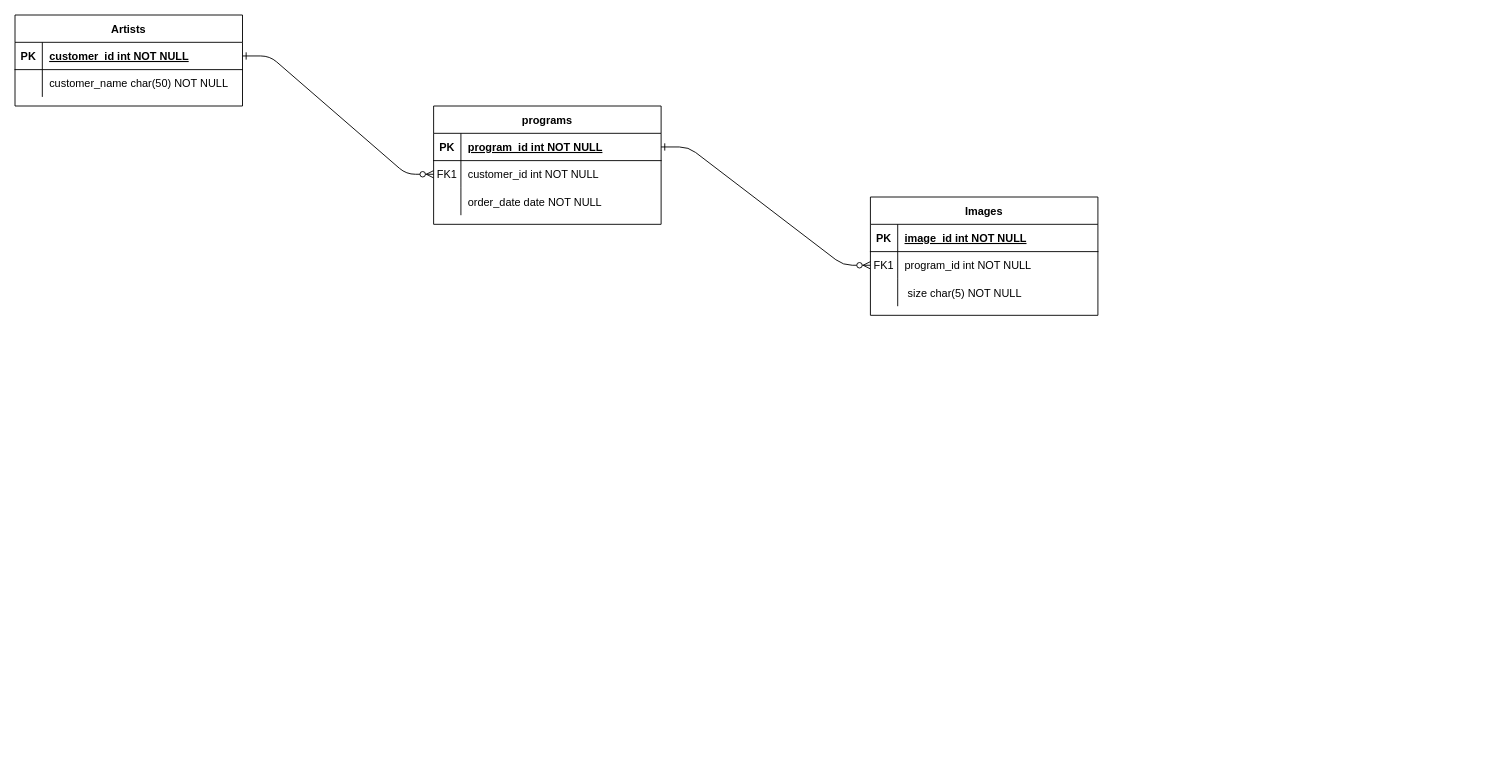
Above: Untitled Diagram.drawio in sebatease/sebatease (draw.io), before the change. Source tidied: cells renumbered, new cells numbered last; positions are measured from the earlier drawing's top-left corner, leaving out a move shared by most shapes. Both pictures are drawn from the tidied source at 91%, with x=0, y=0 at pixel (15, 15).
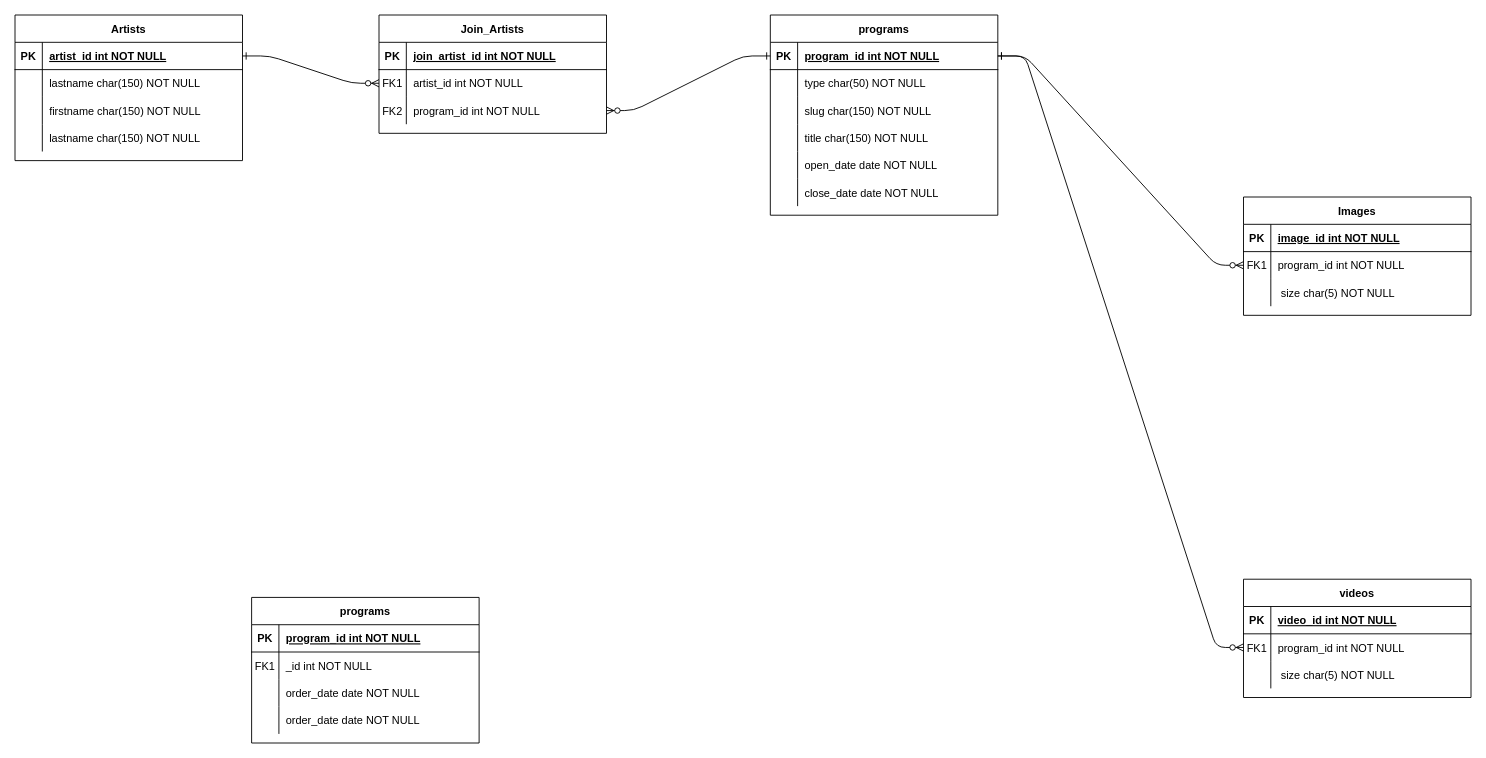
Above is the later version.

Commit message:
fecit_BDD

Unchanged cells that the change refers to:
```xml
<mxCell id="5" style="shape=partialRectangle;fillColor=none;points=[[0,0.5],[1,0.5]];portConstraint=eastwest;top=0;left=0;right=0;bottom=1;" parent="4" vertex="1">
  <mxGeometry y="30" width="250" height="30" as="geometry" />
</mxCell>
<mxCell id="8" style="shape=partialRectangle;fillColor=none;points=[[0,0.5],[1,0.5]];portConstraint=eastwest;top=0;left=0;right=0;bottom=0;" parent="4" vertex="1">
  <mxGeometry y="60" width="250" height="30" as="geometry" />
</mxCell>
<mxCell id="18" style="shape=partialRectangle;fillColor=none;points=[[0,0.5],[1,0.5]];portConstraint=eastwest;top=0;left=0;right=0;bottom=0;" parent="14" vertex="1">
  <mxGeometry y="60" width="250" height="30" as="geometry" />
</mxCell>
<mxCell id="25" style="shape=partialRectangle;fillColor=none;points=[[0,0.5],[1,0.5]];portConstraint=eastwest;top=0;left=0;right=0;bottom=1;" parent="24" vertex="1">
  <mxGeometry y="30" width="250" height="30" as="geometry" />
</mxCell>
<mxCell id="28" style="shape=partialRectangle;fillColor=none;top=0;left=0;right=0;bottom=0;" parent="24" vertex="1">
  <mxGeometry y="60" width="250" height="30" as="geometry" />
</mxCell>
```

What changed in the source:
```diff
@@
-    <mxCell id="2" style="edgeStyle=entityRelationEdgeStyle;endArrow=ERzeroToMany;startArrow=ERone;endFill=1;startFill=0;" parent="1" edge="1" source="25" target="8">
+    <mxCell id="2" style="edgeStyle=entityRelationEdgeStyle;endArrow=ERzeroToMany;startArrow=ERone;endFill=1;startFill=0;entryX=0;entryY=0.5;entryDx=0;entryDy=0;" parent="1" edge="1" source="25" target="45">
       <mxGeometry relative="1" as="geometry" />
     </mxCell>
-    <mxCell id="3" style="edgeStyle=entityRelationEdgeStyle;endArrow=ERzeroToMany;startArrow=ERone;endFill=1;startFill=0;" parent="1" edge="1" source="5" target="18">
+    <mxCell id="3" style="edgeStyle=entityRelationEdgeStyle;endArrow=ERzeroToMany;startArrow=ERone;endFill=1;startFill=0;entryX=1;entryY=0.5;entryDx=0;entryDy=0;exitX=0;exitY=0.5;exitDx=0;exitDy=0;" parent="1" edge="1" source="52" target="48">
       <mxGeometry relative="1" as="geometry" />
     </mxCell>
     <mxCell id="4" value="programs" style="shape=table;startSize=30;childLayout=tableLayout;rowLines=0;fontStyle=1;align=center;" parent="1" vertex="1">
-      <mxGeometry x="460" y="100" width="250" height="130" as="geometry" />
+      <mxGeometry x="260" y="640" width="250" height="160" as="geometry" />
     </mxCell>
@@
-    <mxCell id="10" value="customer_id int NOT NULL" style="shape=partialRectangle;overflow=hidden;fillColor=none;top=0;left=0;bottom=0;right=0;align=left;spacingLeft=6;" parent="8" vertex="1">
+    <mxCell id="10" value="_id int NOT NULL" style="shape=partialRectangle;overflow=hidden;fillColor=none;top=0;left=0;bottom=0;right=0;align=left;spacingLeft=6;" parent="8" vertex="1">
       <mxGeometry x="30" width="220" height="30" as="geometry" />
     </mxCell>
@@
+    <mxCell id="31" style="shape=partialRectangle;fillColor=none;top=0;left=0;right=0;bottom=0;" parent="4" vertex="1">
+      <mxGeometry y="120" width="250" height="30" as="geometry" />
+    </mxCell>
+    <mxCell id="32" style="shape=partialRectangle;overflow=hidden;fillColor=none;top=0;left=0;bottom=0;right=0;" parent="31" vertex="1">
+      <mxGeometry width="30" height="30" as="geometry" />
+    </mxCell>
+    <mxCell id="33" value="order_date date NOT NULL" style="shape=partialRectangle;overflow=hidden;fillColor=none;top=0;left=0;bottom=0;right=0;align=left;spacingLeft=6;" parent="31" vertex="1">
+      <mxGeometry x="30" width="220" height="30" as="geometry" />
+    </mxCell>
     <mxCell id="14" value="Images" style="shape=table;startSize=30;childLayout=tableLayout;rowLines=0;fontStyle=1;align=center;" parent="1" vertex="1">
-      <mxGeometry x="940" y="200" width="250" height="130" as="geometry" />
+      <mxGeometry x="1350" y="200" width="250" height="130" as="geometry" />
     </mxCell>
@@
     <mxCell id="24" value="Artists" style="shape=table;startSize=30;childLayout=tableLayout;rowLines=0;fontStyle=1;align=center;" parent="1" vertex="1">
-      <mxGeometry width="250" height="100" as="geometry" />
+      <mxGeometry width="250" height="160" as="geometry" />
     </mxCell>
@@
-    <mxCell id="27" value="customer_id int NOT NULL " style="shape=partialRectangle;overflow=hidden;fillColor=none;top=0;left=0;bottom=0;right=0;align=left;spacingLeft=6;fontStyle=5;" parent="25" vertex="1">
+    <mxCell id="27" value="artist_id int NOT NULL " style="shape=partialRectangle;overflow=hidden;fillColor=none;top=0;left=0;bottom=0;right=0;align=left;spacingLeft=6;fontStyle=5;" parent="25" vertex="1">
       <mxGeometry x="30" width="220" height="30" as="geometry" />
     </mxCell>
@@
-    <mxCell id="30" value="customer_name char(50) NOT NULL" style="shape=partialRectangle;overflow=hidden;fillColor=none;top=0;left=0;bottom=0;right=0;align=left;spacingLeft=6;" parent="28" vertex="1">
+    <mxCell id="30" value="lastname char(150) NOT NULL" style="shape=partialRectangle;overflow=hidden;fillColor=none;top=0;left=0;bottom=0;right=0;align=left;spacingLeft=6;" parent="28" vertex="1">
       <mxGeometry x="30" width="220" height="30" as="geometry" />
     </mxCell>
+    <mxCell id="34" style="shape=partialRectangle;fillColor=none;top=0;left=0;right=0;bottom=0;" parent="24" vertex="1">
+      <mxGeometry y="90" width="250" height="30" as="geometry" />
+    </mxCell>
+    <mxCell id="35" style="shape=partialRectangle;overflow=hidden;fillColor=none;top=0;left=0;bottom=0;right=0;" parent="34" vertex="1">
+      <mxGeometry width="30" height="30" as="geometry" />
+    </mxCell>
+    <mxCell id="36" value="firstname char(150) NOT NULL" style="shape=partialRectangle;overflow=hidden;fillColor=none;top=0;left=0;bottom=0;right=0;align=left;spacingLeft=6;" parent="34" vertex="1">
+      <mxGeometry x="30" width="220" height="30" as="geometry" />
+    </mxCell>
+    <mxCell id="37" style="shape=partialRectangle;fillColor=none;top=0;left=0;right=0;bottom=0;" parent="24" vertex="1">
+      <mxGeometry y="120" width="250" height="30" as="geometry" />
+    </mxCell>
+    <mxCell id="38" style="shape=partialRectangle;overflow=hidden;fillColor=none;top=0;left=0;bottom=0;right=0;" parent="37" vertex="1">
+      <mxGeometry width="30" height="30" as="geometry" />
+    </mxCell>
+    <mxCell id="39" value="lastname char(150) NOT NULL" style="shape=partialRectangle;overflow=hidden;fillColor=none;top=0;left=0;bottom=0;right=0;align=left;spacingLeft=6;" parent="37" vertex="1">
+      <mxGeometry x="30" width="220" height="30" as="geometry" />
+    </mxCell>
+    <mxCell id="40" style="shape=partialRectangle;overflow=hidden;fillColor=none;top=0;left=0;bottom=0;right=0;" parent="1" vertex="1">
+      <mxGeometry y="90" width="30" height="30" as="geometry" />
+    </mxCell>
+    <mxCell id="41" value="Join_Artists" style="shape=table;startSize=30;childLayout=tableLayout;rowLines=0;fontStyle=1;align=center;" parent="1" vertex="1">
+      <mxGeometry x="400" width="250" height="130" as="geometry" />
+    </mxCell>
+    <mxCell id="42" style="shape=partialRectangle;fillColor=none;top=0;left=0;right=0;bottom=1;" parent="41" vertex="1">
+      <mxGeometry y="30" width="250" height="30" as="geometry" />
+    </mxCell>
+    <mxCell id="43" value="PK" style="shape=partialRectangle;overflow=hidden;fillColor=none;top=0;left=0;bottom=0;right=0;fontStyle=1;" parent="42" vertex="1">
+      <mxGeometry width="30" height="30" as="geometry" />
+    </mxCell>
+    <mxCell id="44" value="join_artist_id int NOT NULL " style="shape=partialRectangle;overflow=hidden;fillColor=none;top=0;left=0;bottom=0;right=0;align=left;spacingLeft=6;fontStyle=5;" parent="42" vertex="1">
+      <mxGeometry x="30" width="220" height="30" as="geometry" />
+    </mxCell>
+    <mxCell id="45" style="shape=partialRectangle;fillColor=none;points=[[0,0.5],[1,0.5]];portConstraint=eastwest;top=0;left=0;right=0;bottom=0;" parent="41" vertex="1">
+      <mxGeometry y="60" width="250" height="30" as="geometry" />
+    </mxCell>
+    <mxCell id="46" value="FK1" style="shape=partialRectangle;overflow=hidden;fillColor=none;top=0;left=0;bottom=0;right=0;" parent="45" vertex="1">
+      <mxGeometry width="30" height="30" as="geometry" />
+    </mxCell>
+    <mxCell id="47" value="artist_id int NOT NULL" style="shape=partialRectangle;overflow=hidden;fillColor=none;top=0;left=0;bottom=0;right=0;align=left;spacingLeft=6;" parent="45" vertex="1">
+      <mxGeometry x="30" width="220" height="30" as="geometry" />
+    </mxCell>
+    <mxCell id="48" style="shape=partialRectangle;fillColor=none;points=[[0,0.5],[1,0.5]];portConstraint=eastwest;top=0;left=0;right=0;bottom=0;" parent="41" vertex="1">
+      <mxGeometry y="90" width="250" height="30" as="geometry" />
+    </mxCell>
+    <mxCell id="49" value="FK2" style="shape=partialRectangle;overflow=hidden;fillColor=none;top=0;left=0;bottom=0;right=0;" parent="48" vertex="1">
+      <mxGeometry width="30" height="30" as="geometry" />
+    </mxCell>
+    <mxCell id="50" value="program_id int NOT NULL" style="shape=partialRectangle;overflow=hidden;fillColor=none;top=0;left=0;bottom=0;right=0;align=left;spacingLeft=6;" parent="48" vertex="1">
+      <mxGeometry x="30" width="220" height="30" as="geometry" />
+    </mxCell>
+    <mxCell id="51" value="programs" style="shape=table;startSize=30;childLayout=tableLayout;rowLines=0;fontStyle=1;align=center;" parent="1" vertex="1">
+      <mxGeometry x="830" width="250" height="220" as="geometry" />
+    </mxCell>
+    <mxCell id="52" style="shape=partialRectangle;fillColor=none;points=[[0,0.5],[1,0.5]];portConstraint=eastwest;top=0;left=0;right=0;bottom=1;" parent="51" vertex="1">
+      <mxGeometry y="30" width="250" height="30" as="geometry" />
+    </mxCell>
+    <mxCell id="53" value="PK" style="shape=partialRectangle;overflow=hidden;fillColor=none;top=0;left=0;bottom=0;right=0;fontStyle=1;" parent="52" vertex="1">
+      <mxGeometry width="30" height="30" as="geometry" />
+    </mxCell>
+    <mxCell id="54" value="program_id int NOT NULL" style="shape=partialRectangle;overflow=hidden;fillColor=none;top=0;left=0;bottom=0;right=0;align=left;spacingLeft=6;fontStyle=5;" parent="52" vertex="1">
+      <mxGeometry x="30" width="220" height="30" as="geometry" />
+    </mxCell>
+    <mxCell id="55" style="shape=partialRectangle;fillColor=none;top=0;left=0;right=0;bottom=0;" parent="51" vertex="1">
+      <mxGeometry y="60" width="250" height="30" as="geometry" />
+    </mxCell>
+    <mxCell id="56" style="shape=partialRectangle;overflow=hidden;fillColor=none;top=0;left=0;bottom=0;right=0;" parent="55" vertex="1">
+      <mxGeometry width="30" height="30" as="geometry" />
+    </mxCell>
+    <mxCell id="57" value="type char(50) NOT NULL" style="shape=partialRectangle;overflow=hidden;fillColor=none;top=0;left=0;bottom=0;right=0;align=left;spacingLeft=6;" parent="55" vertex="1">
+      <mxGeometry x="30" width="220" height="30" as="geometry" />
+    </mxCell>
+    <mxCell id="58" style="shape=partialRectangle;fillColor=none;top=0;left=0;right=0;bottom=0;" parent="51" vertex="1">
+      <mxGeometry y="90" width="250" height="30" as="geometry" />
+    </mxCell>
+    <mxCell id="59" style="shape=partialRectangle;overflow=hidden;fillColor=none;top=0;left=0;bottom=0;right=0;" parent="58" vertex="1">
+      <mxGeometry width="30" height="30" as="geometry" />
+    </mxCell>
+    <mxCell id="60" value="slug char(150) NOT NULL" style="shape=partialRectangle;overflow=hidden;fillColor=none;top=0;left=0;bottom=0;right=0;align=left;spacingLeft=6;" parent="58" vertex="1">
+      <mxGeometry x="30" width="220" height="30" as="geometry" />
+    </mxCell>
+    <mxCell id="61" style="shape=partialRectangle;fillColor=none;top=0;left=0;right=0;bottom=0;" parent="51" vertex="1">
+      <mxGeometry y="120" width="250" height="30" as="geometry" />
+    </mxCell>
+    <mxCell id="62" style="shape=partialRectangle;overflow=hidden;fillColor=none;top=0;left=0;bottom=0;right=0;" parent="61" vertex="1">
+      <mxGeometry width="30" height="30" as="geometry" />
+    </mxCell>
+    <mxCell id="63" value="title char(150) NOT NULL" style="shape=partialRectangle;overflow=hidden;fillColor=none;top=0;left=0;bottom=0;right=0;align=left;spacingLeft=6;" parent="61" vertex="1">
+      <mxGeometry x="30" width="220" height="30" as="geometry" />
+    </mxCell>
+    <mxCell id="64" style="shape=partialRectangle;fillColor=none;top=0;left=0;right=0;bottom=0;" parent="51" vertex="1">
+      <mxGeometry y="150" width="250" height="30" as="geometry" />
+    </mxCell>
+    <mxCell id="65" style="shape=partialRectangle;overflow=hidden;fillColor=none;top=0;left=0;bottom=0;right=0;" parent="64" vertex="1">
+      <mxGeometry width="30" height="30" as="geometry" />
+    </mxCell>
+    <mxCell id="66" value="open_date date NOT NULL" style="shape=partialRectangle;overflow=hidden;fillColor=none;top=0;left=0;bottom=0;right=0;align=left;spacingLeft=6;" parent="64" vertex="1">
+      <mxGeometry x="30" width="220" height="30" as="geometry" />
+    </mxCell>
+    <mxCell id="67" style="shape=partialRectangle;fillColor=none;top=0;left=0;right=0;bottom=0;" parent="51" vertex="1">
+      <mxGeometry y="180" width="250" height="30" as="geometry" />
+    </mxCell>
+    <mxCell id="68" style="shape=partialRectangle;overflow=hidden;fillColor=none;top=0;left=0;bottom=0;right=0;" parent="67" vertex="1">
+      <mxGeometry width="30" height="30" as="geometry" />
+    </mxCell>
+    <mxCell id="69" value="close_date date NOT NULL" style="shape=partialRectangle;overflow=hidden;fillColor=none;top=0;left=0;bottom=0;right=0;align=left;spacingLeft=6;" parent="67" vertex="1">
+      <mxGeometry x="30" width="220" height="30" as="geometry" />
+    </mxCell>
+    <mxCell id="70" value="videos" style="shape=table;startSize=30;childLayout=tableLayout;rowLines=0;fontStyle=1;align=center;" parent="1" vertex="1">
+      <mxGeometry x="1350" y="620" width="250" height="130" as="geometry" />
+    </mxCell>
+    <mxCell id="71" style="shape=partialRectangle;fillColor=none;top=0;left=0;right=0;bottom=1;" parent="70" vertex="1">
+      <mxGeometry y="30" width="250" height="30" as="geometry" />
+    </mxCell>
+    <mxCell id="72" value="PK" style="shape=partialRectangle;overflow=hidden;fillColor=none;top=0;left=0;bottom=0;right=0;fontStyle=1;" parent="71" vertex="1">
+      <mxGeometry width="30" height="30" as="geometry" />
+    </mxCell>
+    <mxCell id="73" value="video_id int NOT NULL" style="shape=partialRectangle;overflow=hidden;fillColor=none;top=0;left=0;bottom=0;right=0;align=left;spacingLeft=6;fontStyle=5;" parent="71" vertex="1">
+      <mxGeometry x="30" width="220" height="30" as="geometry" />
+    </mxCell>
+    <mxCell id="74" style="shape=partialRectangle;fillColor=none;points=[[0,0.5],[1,0.5]];portConstraint=eastwest;top=0;left=0;right=0;bottom=0;" parent="70" vertex="1">
+      <mxGeometry y="60" width="250" height="30" as="geometry" />
+    </mxCell>
+    <mxCell id="75" value="FK1" style="shape=partialRectangle;overflow=hidden;fillColor=none;top=0;left=0;bottom=0;right=0;" parent="74" vertex="1">
+      <mxGeometry width="30" height="30" as="geometry" />
+    </mxCell>
+    <mxCell id="76" value="program_id int NOT NULL" style="shape=partialRectangle;overflow=hidden;fillColor=none;top=0;left=0;bottom=0;right=0;align=left;spacingLeft=6;" parent="74" vertex="1">
+      <mxGeometry x="30" width="220" height="30" as="geometry" />
+    </mxCell>
+    <mxCell id="77" style="shape=partialRectangle;fillColor=none;top=0;left=0;right=0;bottom=0;" parent="70" vertex="1">
+      <mxGeometry y="90" width="250" height="30" as="geometry" />
+    </mxCell>
+    <mxCell id="78" style="shape=partialRectangle;overflow=hidden;fillColor=none;top=0;left=0;bottom=0;right=0;" parent="77" vertex="1">
+      <mxGeometry width="30" height="30" as="geometry" />
+    </mxCell>
+    <mxCell id="79" value=" size char(5) NOT NULL" style="shape=partialRectangle;overflow=hidden;fillColor=none;top=0;left=0;bottom=0;right=0;align=left;spacingLeft=6;" parent="77" vertex="1">
+      <mxGeometry x="30" width="220" height="30" as="geometry" />
+    </mxCell>
+    <mxCell id="80" style="edgeStyle=entityRelationEdgeStyle;endArrow=ERzeroToMany;startArrow=ERone;endFill=1;startFill=0;entryX=0;entryY=0.5;entryDx=0;entryDy=0;exitX=1;exitY=0.5;exitDx=0;exitDy=0;" parent="1" edge="1" source="52" target="18">
+      <mxGeometry relative="1" as="geometry" />
+    </mxCell>
+    <mxCell id="81" style="edgeStyle=entityRelationEdgeStyle;endArrow=ERzeroToMany;startArrow=ERone;endFill=1;startFill=0;entryX=0;entryY=0.5;entryDx=0;entryDy=0;exitX=1;exitY=0.5;exitDx=0;exitDy=0;" parent="1" edge="1" source="52" target="74">
+      <mxGeometry relative="1" as="geometry" />
+    </mxCell>
```
